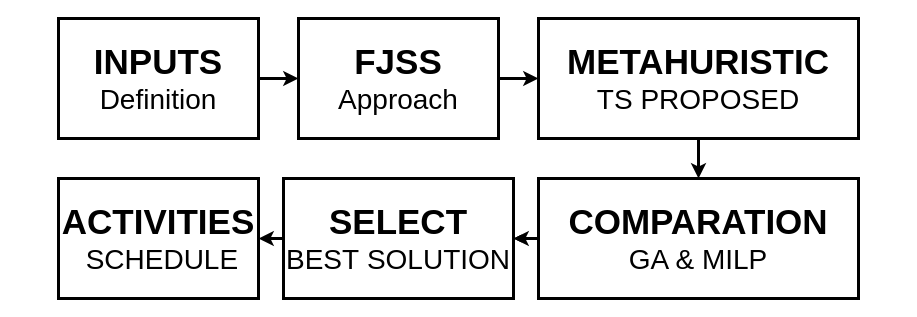
Before: methodology_jss.drawio in heberallin/Trabajos, a draw.io diagram. Source tidied: cells renumbered, new cells numbered last; positions are measured from the earlier drawing's top-left corner, leaving out a move shared by most shapes. Both pictures are drawn from the tidied source at 100%, with x=0, y=0 at pixel (58, 18).
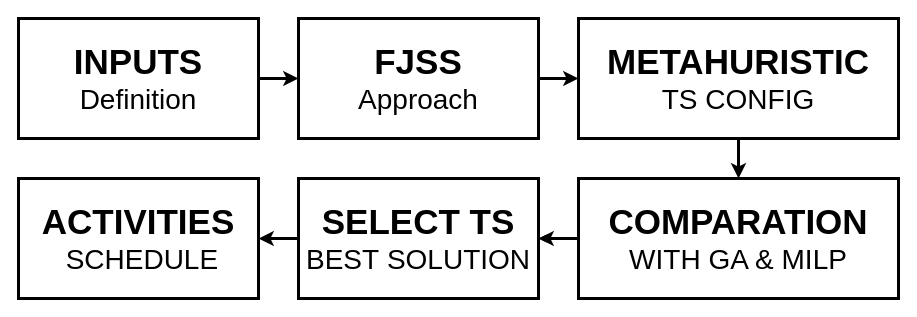
The same diagram, later.

The edit, as a diff of the source:
```diff
@@
 <mxGraphModel>
   <root>
     <mxCell id="0" />
     <mxCell id="1" parent="0" />
     <mxCell id="2" style="edgeStyle=orthogonalEdgeStyle;rounded=0;jettySize=auto;html=1;exitX=1;exitY=0.5;exitDx=0;exitDy=0;strokeWidth=3;" parent="1" edge="1" source="3" target="5">
       <mxGeometry relative="1" as="geometry" />
     </mxCell>
     <mxCell id="3" value="&lt;font style=&quot;font-size: 35px;&quot;&gt;&lt;b style=&quot;&quot;&gt;INPUTS&lt;/b&gt;&lt;/font&gt;&lt;div&gt;&lt;font style=&quot;font-size: 28px;&quot;&gt;Definition&lt;/font&gt;&lt;/div&gt;" style="rounded=0;whiteSpace=wrap;html=1;strokeWidth=3;" parent="1" vertex="1">
-      <mxGeometry width="200" height="120" as="geometry" />
+      <mxGeometry x="-40" width="240" height="120" as="geometry" />
     </mxCell>
     <mxCell id="4" style="edgeStyle=orthogonalEdgeStyle;rounded=0;jettySize=auto;html=1;exitX=1;exitY=0.5;exitDx=0;exitDy=0;entryX=0;entryY=0.5;entryDx=0;entryDy=0;strokeWidth=3;" parent="1" edge="1" source="5" target="7">
       <mxGeometry relative="1" as="geometry" />
     </mxCell>
     <mxCell id="5" value="&lt;strong&gt;&lt;font style=&quot;font-size: 35px;&quot;&gt;FJSS&lt;/font&gt;&lt;/strong&gt;&lt;div&gt;&lt;font style=&quot;font-size: 28px;&quot;&gt;Approach&lt;/font&gt;&lt;/div&gt;" style="rounded=0;whiteSpace=wrap;html=1;strokeWidth=3;" parent="1" vertex="1">
-      <mxGeometry x="240" width="200" height="120" as="geometry" />
+      <mxGeometry x="240" width="240" height="120" as="geometry" />
     </mxCell>
     <mxCell id="6" style="edgeStyle=orthogonalEdgeStyle;rounded=0;jettySize=auto;html=1;exitX=0.5;exitY=1;exitDx=0;exitDy=0;entryX=0.5;entryY=0;entryDx=0;entryDy=0;strokeWidth=3;" parent="1" edge="1" source="7" target="10">
       <mxGeometry relative="1" as="geometry" />
     </mxCell>
-    <mxCell id="7" value="&lt;font style=&quot;font-size: 35px;&quot;&gt;&lt;b&gt;METAHURISTIC&lt;/b&gt;&lt;/font&gt;&lt;div&gt;&lt;font style=&quot;font-size: 28px;&quot;&gt;TS PROPOSED&lt;/font&gt;&lt;/div&gt;" style="rounded=0;whiteSpace=wrap;html=1;strokeWidth=3;" parent="1" vertex="1">
-      <mxGeometry x="480" width="320" height="120" as="geometry" />
+    <mxCell id="7" value="&lt;font style=&quot;font-size: 35px;&quot;&gt;&lt;b&gt;METAHURISTIC&lt;/b&gt;&lt;/font&gt;&lt;div&gt;&lt;font style=&quot;font-size: 28px;&quot;&gt;TS CONFIG&lt;/font&gt;&lt;/div&gt;" style="rounded=0;whiteSpace=wrap;html=1;strokeWidth=3;" parent="1" vertex="1">
+      <mxGeometry x="520" width="320" height="120" as="geometry" />
     </mxCell>
     <mxCell id="8" style="edgeStyle=orthogonalEdgeStyle;rounded=0;jettySize=auto;html=1;exitX=0;exitY=0.5;exitDx=0;exitDy=0;entryX=1;entryY=0.5;entryDx=0;entryDy=0;" parent="1" edge="1" source="10" target="12">
       <mxGeometry relative="1" as="geometry" />
     </mxCell>
     <mxCell id="9" style="edgeStyle=orthogonalEdgeStyle;rounded=0;jettySize=auto;html=1;strokeWidth=3;" parent="1" edge="1" source="10" target="12">
       <mxGeometry relative="1" as="geometry" />
     </mxCell>
-    <mxCell id="10" value="&lt;div&gt;&lt;font style=&quot;font-size: 35px;&quot;&gt;&lt;b&gt;COMPARATION&lt;/b&gt;&lt;/font&gt;&lt;/div&gt;&lt;div&gt;&lt;span style=&quot;font-size: 28px;&quot;&gt;GA &amp;amp; MILP&lt;/span&gt;&lt;/div&gt;" style="rounded=0;whiteSpace=wrap;html=1;strokeWidth=3;" parent="1" vertex="1">
-      <mxGeometry x="480" y="160" width="320" height="120" as="geometry" />
+    <mxCell id="10" value="&lt;div&gt;&lt;font style=&quot;font-size: 35px;&quot;&gt;&lt;b&gt;COMPARATION&lt;/b&gt;&lt;/font&gt;&lt;/div&gt;&lt;div&gt;&lt;span style=&quot;font-size: 28px;&quot;&gt;WITH GA &amp;amp; MILP&lt;/span&gt;&lt;/div&gt;" style="rounded=0;whiteSpace=wrap;html=1;strokeWidth=3;" parent="1" vertex="1">
+      <mxGeometry x="520" y="160" width="320" height="120" as="geometry" />
     </mxCell>
     <mxCell id="11" style="edgeStyle=orthogonalEdgeStyle;rounded=0;jettySize=auto;html=1;exitX=0;exitY=0.5;exitDx=0;exitDy=0;entryX=1;entryY=0.5;entryDx=0;entryDy=0;strokeWidth=3;" parent="1" edge="1" source="12" target="13">
       <mxGeometry relative="1" as="geometry" />
     </mxCell>
-    <mxCell id="12" value="&lt;span style=&quot;font-size: 35px;&quot;&gt;&lt;b&gt;SELECT&lt;/b&gt;&lt;/span&gt;&lt;br&gt;&lt;div&gt;&lt;font style=&quot;font-size: 28px;&quot;&gt;BEST&amp;nbsp;&lt;/font&gt;&lt;span style=&quot;font-size: 28px; background-color: transparent; color: light-dark(rgb(0, 0, 0), rgb(255, 255, 255));&quot;&gt;SOLUTION&lt;/span&gt;&lt;/div&gt;" style="rounded=0;whiteSpace=wrap;html=1;strokeWidth=3;" parent="1" vertex="1">
-      <mxGeometry x="225" y="160" width="230" height="120" as="geometry" />
+    <mxCell id="12" value="&lt;span style=&quot;font-size: 35px;&quot;&gt;&lt;b&gt;SELECT TS&lt;/b&gt;&lt;/span&gt;&lt;br&gt;&lt;div&gt;&lt;font style=&quot;font-size: 28px;&quot;&gt;BEST&amp;nbsp;&lt;/font&gt;&lt;span style=&quot;font-size: 28px; background-color: transparent; color: light-dark(rgb(0, 0, 0), rgb(255, 255, 255));&quot;&gt;SOLUTION&lt;/span&gt;&lt;/div&gt;" style="rounded=0;whiteSpace=wrap;html=1;strokeWidth=3;" parent="1" vertex="1">
+      <mxGeometry x="240" y="160" width="240" height="120" as="geometry" />
     </mxCell>
     <mxCell id="13" value="&lt;span style=&quot;font-size: 35px;&quot;&gt;&lt;b&gt;ACTIVITIES&lt;/b&gt;&lt;/span&gt;&lt;br&gt;&lt;div&gt;&lt;span style=&quot;font-size: 28px;&quot;&gt;&amp;nbsp;SCHEDULE&lt;/span&gt;&lt;/div&gt;" style="rounded=0;whiteSpace=wrap;html=1;strokeWidth=3;" parent="1" vertex="1">
-      <mxGeometry y="160" width="200" height="120" as="geometry" />
+      <mxGeometry x="-40" y="160" width="240" height="120" as="geometry" />
     </mxCell>
   </root>
 </mxGraphModel>
```
